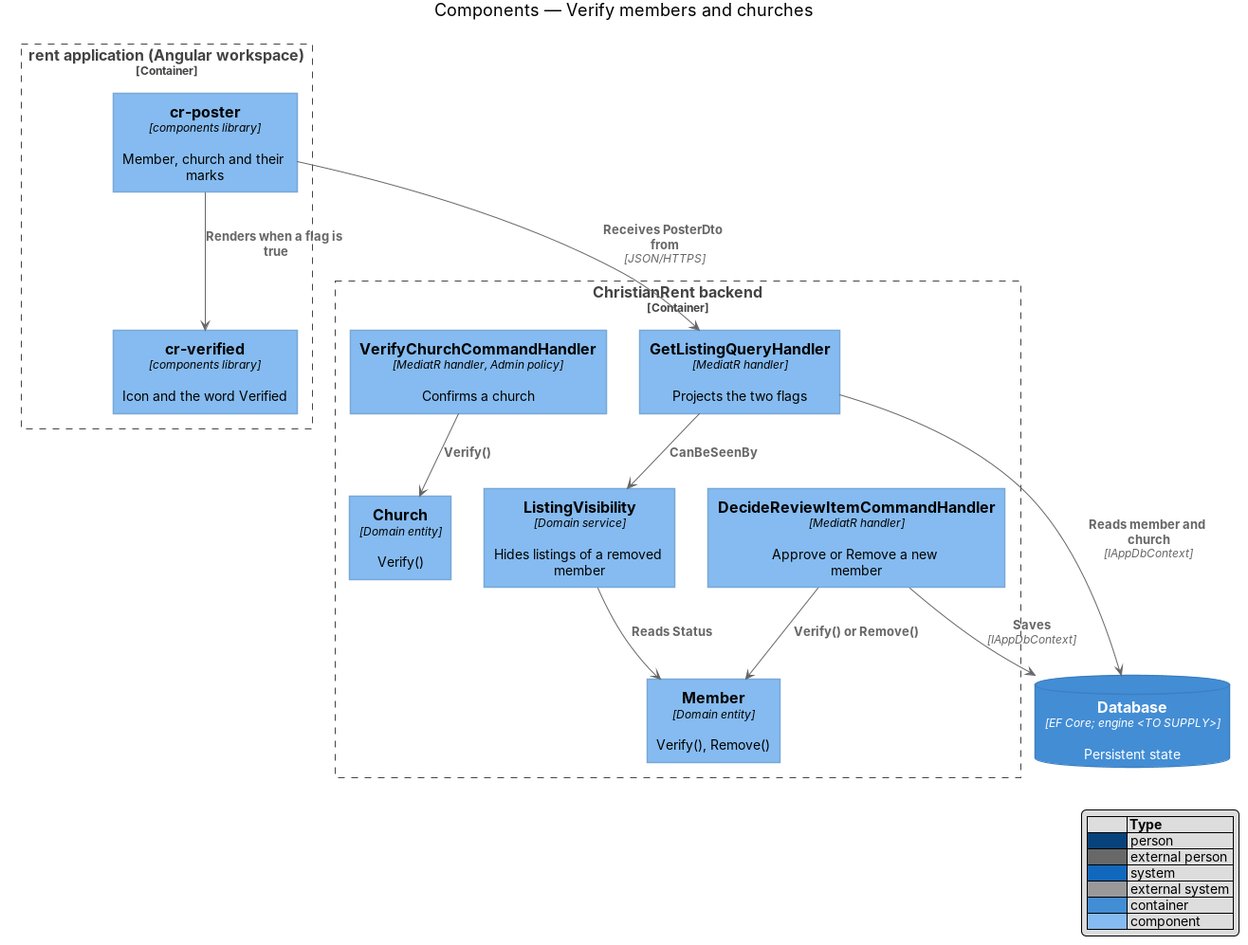
Before: docs/detailed-designs/members/verify-members-and-churches/diagrams/c4-component.png, a diagram exported from PlantUML (QuinntyneBrown/christian-rent). Its source is kept beside it as docs/detailed-designs/members/verify-members-and-churches/diagrams/c4-component.puml.
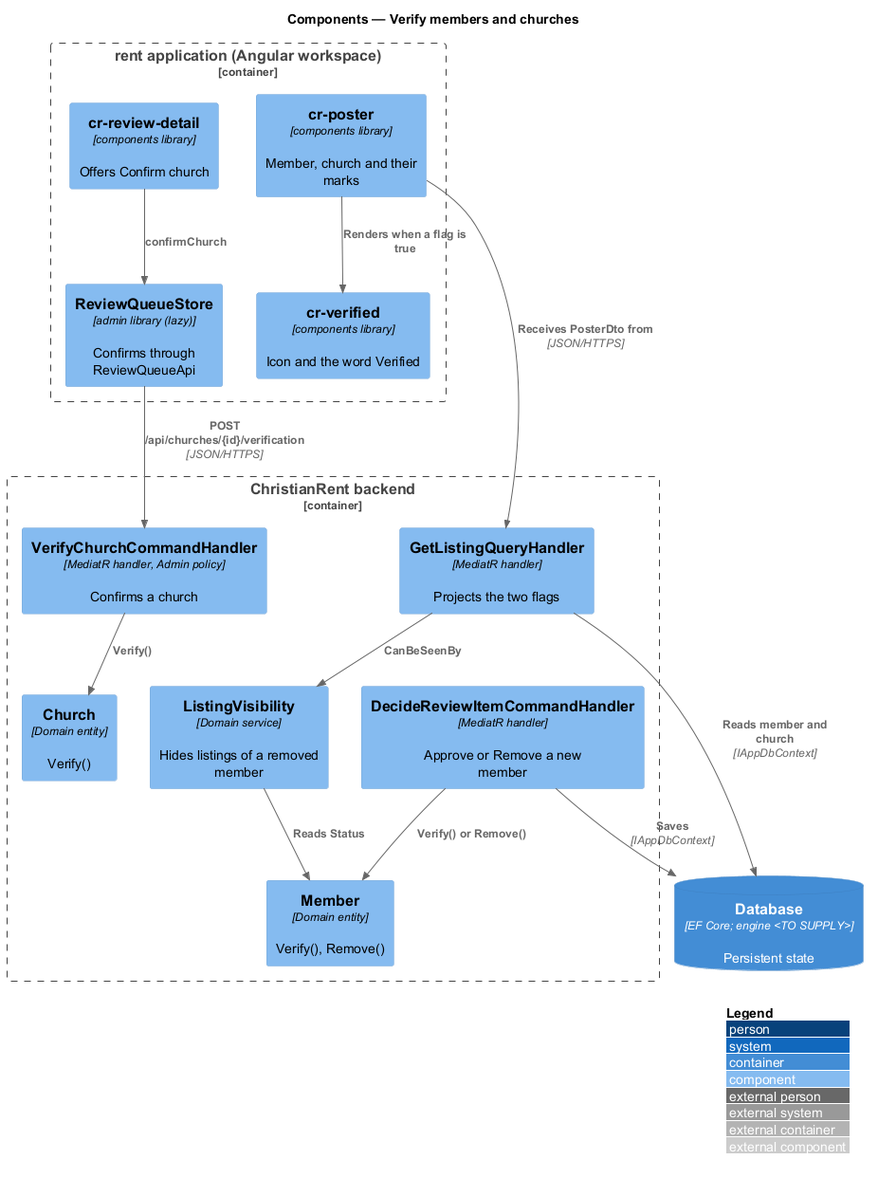
Later version of the same file.

Diff of the diagram source:
```diff
@@ -4,6 +4,8 @@
 title Components — Verify members and churches
 
 Container_Boundary(spa, "rent application (Angular workspace)") {
+  Component(review, "cr-review-detail", "components library", "Offers Confirm church")
+  Component(store, "ReviewQueueStore", "admin library (lazy)", "Confirms through ReviewQueueApi")
   Component(poster, "cr-poster", "components library", "Member, church and their marks")
   Component(mark, "cr-verified", "components library", "Icon and the word Verified")
 }
@@ -17,6 +19,8 @@
 }
 ContainerDb(db, "Database", "EF Core; engine <TO SUPPLY>", "Persistent state")
 Rel(poster, mark, "Renders when a flag is true")
+Rel(review, store, "confirmChurch")
+Rel(store, vch, "POST /api/churches/{id}/verification", "JSON/HTTPS")
 Rel(poster, get, "Receives PosterDto from", "JSON/HTTPS")
 Rel(dec, member, "Verify() or Remove()")
 Rel(vch, church, "Verify()")
```
